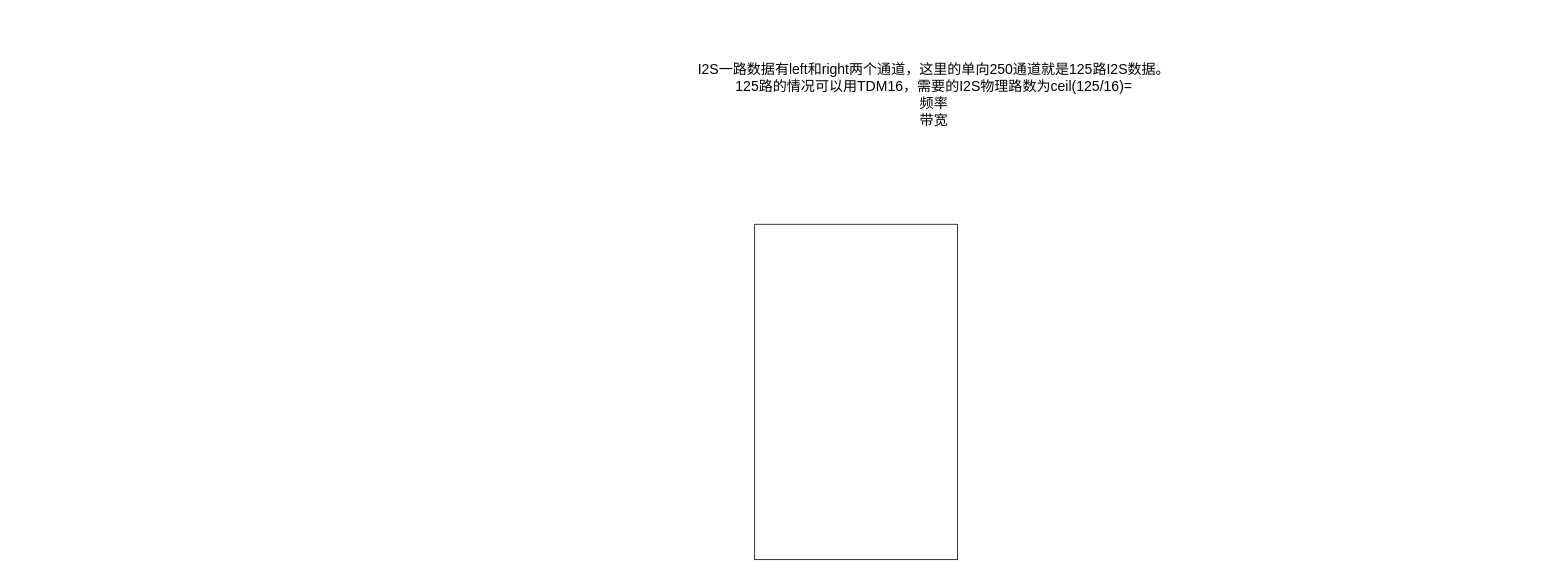
The draw.io diagram page "FPGA方案" (2 of 2) of Audio-Ethernet.drawio in gdhzyz/draws, before the edit. Source tidied: cells renumbered, new cells numbered last; positions are measured from the earlier drawing's top-left corner, leaving out a move shared by most shapes. Both pictures are drawn from the tidied source at 78%, with x=0, y=0 at pixel (684, 83).
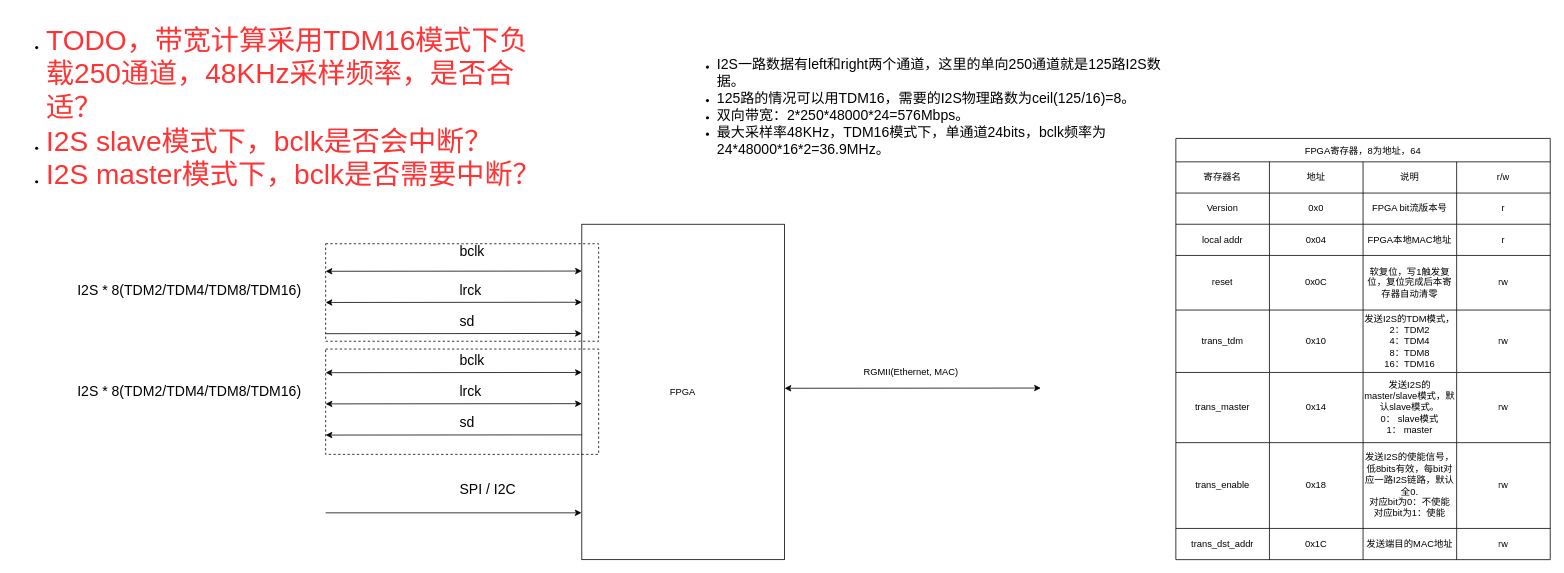
The same page after the edit.

Diff of the diagram source:
```diff
@@
-    <mxCell id="2" style="rounded=0;whiteSpace=wrap;html=1;" parent="1" vertex="1">
-      <mxGeometry x="90" y="180" width="260" height="430" as="geometry" />
+    <mxCell id="2" value="FPGA" style="rounded=0;whiteSpace=wrap;html=1;" parent="1" vertex="1">
+      <mxGeometry x="-131.6" y="180" width="260" height="430" as="geometry" />
     </mxCell>
-    <mxCell id="3" value="&lt;font style=&quot;font-size: 18px;&quot;&gt;I2S一路数据有left和right两个通道，这里的单向250通道就是125路I2S数据。&lt;/font&gt;&lt;div&gt;&lt;span style=&quot;font-size: 18px;&quot;&gt;125路的情况可以用TDM16，需要的I2S物理路数为ceil(125/16)=&lt;/span&gt;&lt;/div&gt;&lt;div&gt;&lt;span style=&quot;font-size: 18px;&quot;&gt;频率&lt;/span&gt;&lt;/div&gt;&lt;div&gt;&lt;span style=&quot;font-size: 18px;&quot;&gt;带宽&lt;/span&gt;&lt;/div&gt;" style="text;strokeColor=none;align=center;fillColor=none;html=1;verticalAlign=middle;whiteSpace=wrap;rounded=0;" parent="1" vertex="1">
-      <mxGeometry width="640" height="30" as="geometry" />
+    <mxCell id="3" value="&lt;ul&gt;&lt;li&gt;&lt;font style=&quot;font-size: 18px;&quot;&gt;I2S一路数据有left和right两个通道，这里的单向250通道就是125路I2S数据。&lt;/font&gt;&lt;/li&gt;&lt;li&gt;&lt;span style=&quot;font-size: 18px;&quot;&gt;125路的情况可以用TDM16，需要的I2S物理路数为ceil(125/16)=8。&lt;/span&gt;&lt;/li&gt;&lt;li&gt;&lt;span style=&quot;font-size: 18px;&quot;&gt;双向带宽：2*250*48000*24=576Mbps。&lt;/span&gt;&lt;/li&gt;&lt;li&gt;&lt;span style=&quot;font-size: 18px;&quot;&gt;最大采样率48KHz，TDM16模式下，单通道24bits，bclk频率为24*48000*16*2=36.9MHz。&lt;/span&gt;&lt;/li&gt;&lt;/ul&gt;" style="text;strokeColor=none;align=left;fillColor=none;html=1;verticalAlign=middle;whiteSpace=wrap;rounded=0;imageAspect=1;imageAlign=left;" parent="1" vertex="1">
+      <mxGeometry y="-50" width="640" height="160" as="geometry" />
     </mxCell>
+    <mxCell id="4" value="&lt;ul&gt;&lt;li&gt;&lt;font style=&quot;font-size: 36px;&quot; color=&quot;#ff3333&quot;&gt;TODO，带宽计算采用TDM16模式下负载250通道，48KHz采样频率，是否合适？&lt;/font&gt;&lt;/li&gt;&lt;li&gt;&lt;font style=&quot;font-size: 36px;&quot; color=&quot;#ff3333&quot;&gt;I2S slave模式下，bclk是否会中断？&lt;/font&gt;&lt;/li&gt;&lt;li&gt;&lt;font style=&quot;font-size: 36px;&quot; color=&quot;#ff3333&quot;&gt;I2S master模式下，bclk是否需要中断？&lt;/font&gt;&lt;/li&gt;&lt;/ul&gt;" style="text;strokeColor=none;align=left;fillColor=none;html=1;verticalAlign=middle;whiteSpace=wrap;rounded=0;" parent="1" vertex="1">
+      <mxGeometry x="-860" y="15" width="680" height="30" as="geometry" />
+    </mxCell>
+    <mxCell id="5" style="endArrow=classic;html=1;rounded=0;entryX=-0.006;entryY=0.511;entryDx=0;entryDy=0;entryPerimeter=0;startArrow=classic;startFill=1;" parent="1" edge="1">
+      <mxGeometry relative="1" as="geometry">
+        <mxPoint x="-460" y="240.3" as="sourcePoint" />
+        <mxPoint x="-131.6" y="240" as="targetPoint" />
+      </mxGeometry>
+    </mxCell>
+    <mxCell id="6" value="&lt;span style=&quot;font-size: 18px; background-color: initial;&quot;&gt;I2S * 8(TDM2/TDM4/TDM8/TDM16)&lt;/span&gt;" style="text;strokeColor=none;align=left;fillColor=none;html=1;verticalAlign=middle;whiteSpace=wrap;rounded=0;imageAspect=1;imageAlign=left;" parent="1" vertex="1">
+      <mxGeometry x="-780" y="215" width="340" height="100" as="geometry" />
+    </mxCell>
+    <mxCell id="7" style="endArrow=classic;html=1;rounded=0;entryX=-0.006;entryY=0.511;entryDx=0;entryDy=0;entryPerimeter=0;startArrow=classic;startFill=1;" parent="1" edge="1">
+      <mxGeometry relative="1" as="geometry">
+        <mxPoint x="128.4" y="390.3" as="sourcePoint" />
+        <mxPoint x="456.9" y="390" as="targetPoint" />
+      </mxGeometry>
+    </mxCell>
+    <mxCell id="8" value="RGMII(Ethernet, MAC)" style="text;strokeColor=none;align=left;fillColor=none;html=1;verticalAlign=middle;whiteSpace=wrap;rounded=0;imageAspect=1;imageAlign=left;" parent="1" vertex="1">
+      <mxGeometry x="228.4" y="350" width="140" height="40" as="geometry" />
+    </mxCell>
+    <mxCell id="9" style="endArrow=classic;html=1;rounded=0;entryX=-0.006;entryY=0.511;entryDx=0;entryDy=0;entryPerimeter=0;" parent="1" edge="1">
+      <mxGeometry relative="1" as="geometry">
+        <mxPoint x="-460" y="550" as="sourcePoint" />
+        <mxPoint x="-132" y="550" as="targetPoint" />
+      </mxGeometry>
+    </mxCell>
+    <mxCell id="10" value="&lt;span style=&quot;font-size: 18px; background-color: initial;&quot;&gt;SPI / I2C&lt;/span&gt;" style="text;strokeColor=none;align=left;fillColor=none;html=1;verticalAlign=middle;whiteSpace=wrap;rounded=0;imageAspect=1;imageAlign=left;" parent="1" vertex="1">
+      <mxGeometry x="-290" y="500" width="111.6" height="40" as="geometry" />
+    </mxCell>
+    <mxCell id="11" style="endArrow=classic;html=1;rounded=0;entryX=-0.006;entryY=0.511;entryDx=0;entryDy=0;entryPerimeter=0;startArrow=classic;startFill=1;" parent="1" edge="1">
+      <mxGeometry relative="1" as="geometry">
+        <mxPoint x="-460" y="280.3" as="sourcePoint" />
+        <mxPoint x="-131.6" y="280" as="targetPoint" />
+      </mxGeometry>
+    </mxCell>
+    <mxCell id="12" style="endArrow=classic;html=1;rounded=0;entryX=-0.006;entryY=0.511;entryDx=0;entryDy=0;entryPerimeter=0;" parent="1" edge="1">
+      <mxGeometry relative="1" as="geometry">
+        <mxPoint x="-460" y="320.3" as="sourcePoint" />
+        <mxPoint x="-131.6" y="320" as="targetPoint" />
+      </mxGeometry>
+    </mxCell>
+    <mxCell id="13" value="&lt;span style=&quot;background-color: initial; font-size: 18px;&quot;&gt;bclk&lt;/span&gt;" style="text;strokeColor=none;align=left;fillColor=none;html=1;verticalAlign=middle;whiteSpace=wrap;rounded=0;imageAspect=1;imageAlign=left;" parent="1" vertex="1">
+      <mxGeometry x="-290" y="190" width="110" height="50" as="geometry" />
+    </mxCell>
+    <mxCell id="14" value="&lt;span style=&quot;font-size: 18px; background-color: initial;&quot;&gt;lrck&lt;/span&gt;" style="text;strokeColor=none;align=left;fillColor=none;html=1;verticalAlign=middle;whiteSpace=wrap;rounded=0;imageAspect=1;imageAlign=left;" parent="1" vertex="1">
+      <mxGeometry x="-290" y="240" width="110" height="50" as="geometry" />
+    </mxCell>
+    <mxCell id="15" value="&lt;span style=&quot;font-size: 18px; background-color: initial;&quot;&gt;sd&lt;/span&gt;" style="text;strokeColor=none;align=left;fillColor=none;html=1;verticalAlign=middle;whiteSpace=wrap;rounded=0;imageAspect=1;imageAlign=left;" parent="1" vertex="1">
+      <mxGeometry x="-290" y="280" width="110" height="50" as="geometry" />
+    </mxCell>
+    <mxCell id="16" style="endArrow=classic;html=1;rounded=0;entryX=-0.006;entryY=0.511;entryDx=0;entryDy=0;entryPerimeter=0;startArrow=classic;startFill=1;" parent="1" edge="1">
+      <mxGeometry relative="1" as="geometry">
+        <mxPoint x="-460" y="370.3" as="sourcePoint" />
+        <mxPoint x="-131.6" y="370" as="targetPoint" />
+      </mxGeometry>
+    </mxCell>
+    <mxCell id="17" value="&lt;span style=&quot;font-size: 18px; background-color: initial;&quot;&gt;I2S * 8(TDM2/TDM4/TDM8/TDM16)&lt;/span&gt;" style="text;strokeColor=none;align=left;fillColor=none;html=1;verticalAlign=middle;whiteSpace=wrap;rounded=0;imageAspect=1;imageAlign=left;" parent="1" vertex="1">
+      <mxGeometry x="-780" y="345" width="340" height="100" as="geometry" />
+    </mxCell>
+    <mxCell id="18" style="endArrow=classic;html=1;rounded=0;entryX=-0.006;entryY=0.511;entryDx=0;entryDy=0;entryPerimeter=0;startArrow=classic;startFill=1;" parent="1" edge="1">
+      <mxGeometry relative="1" as="geometry">
+        <mxPoint x="-460" y="410.3" as="sourcePoint" />
+        <mxPoint x="-131.6" y="410" as="targetPoint" />
+      </mxGeometry>
+    </mxCell>
+    <mxCell id="19" style="endArrow=classic;html=1;rounded=0;entryX=-0.006;entryY=0.511;entryDx=0;entryDy=0;entryPerimeter=0;" parent="1" edge="1">
+      <mxGeometry relative="1" as="geometry">
+        <mxPoint x="-131.6" y="450" as="sourcePoint" />
+        <mxPoint x="-460" y="450.3" as="targetPoint" />
+      </mxGeometry>
+    </mxCell>
+    <mxCell id="20" value="&lt;span style=&quot;background-color: initial; font-size: 18px;&quot;&gt;bclk&lt;/span&gt;" style="text;strokeColor=none;align=left;fillColor=none;html=1;verticalAlign=middle;whiteSpace=wrap;rounded=0;imageAspect=1;imageAlign=left;" parent="1" vertex="1">
+      <mxGeometry x="-290" y="330" width="110" height="50" as="geometry" />
+    </mxCell>
+    <mxCell id="21" value="&lt;span style=&quot;font-size: 18px; background-color: initial;&quot;&gt;lrck&lt;/span&gt;" style="text;strokeColor=none;align=left;fillColor=none;html=1;verticalAlign=middle;whiteSpace=wrap;rounded=0;imageAspect=1;imageAlign=left;" parent="1" vertex="1">
+      <mxGeometry x="-290" y="370" width="110" height="50" as="geometry" />
+    </mxCell>
+    <mxCell id="22" value="&lt;span style=&quot;font-size: 18px; background-color: initial;&quot;&gt;sd&lt;/span&gt;" style="text;strokeColor=none;align=left;fillColor=none;html=1;verticalAlign=middle;whiteSpace=wrap;rounded=0;imageAspect=1;imageAlign=left;" parent="1" vertex="1">
+      <mxGeometry x="-290" y="410" width="110" height="50" as="geometry" />
+    </mxCell>
+    <mxCell id="23" style="rounded=0;whiteSpace=wrap;html=1;fillStyle=auto;dashed=1;fillColor=none;" parent="1" vertex="1">
+      <mxGeometry x="-460" y="205" width="350" height="125" as="geometry" />
+    </mxCell>
+    <mxCell id="24" style="rounded=0;whiteSpace=wrap;html=1;fillStyle=auto;dashed=1;fillColor=none;" parent="1" vertex="1">
+      <mxGeometry x="-460" y="340" width="350" height="135" as="geometry" />
+    </mxCell>
+    <mxCell id="25" value="FPGA寄存器，8为地址，64" style="shape=table;startSize=30;childLayout=tableLayout;" parent="1" vertex="1">
+      <mxGeometry x="630" y="70" width="480" height="540" as="geometry" />
+    </mxCell>
+    <mxCell id="26" style="shape=tableRow;horizontal=0;startSize=0;swimlaneHead=0;swimlaneBody=0;strokeColor=inherit;top=0;left=0;bottom=0;right=0;fillColor=none;" parent="25" vertex="1">
+      <mxGeometry y="30" width="480" height="40" as="geometry" />
+    </mxCell>
+    <mxCell id="27" value="寄存器名" style="shape=partialRectangle;html=1;whiteSpace=wrap;strokeColor=inherit;overflow=hidden;fillColor=none;top=0;left=0;bottom=0;right=0;" parent="26" vertex="1">
+      <mxGeometry width="120" height="40" as="geometry" />
+    </mxCell>
+    <mxCell id="28" value="地址" style="shape=partialRectangle;html=1;whiteSpace=wrap;strokeColor=inherit;overflow=hidden;fillColor=none;top=0;left=0;bottom=0;right=0;" parent="26" vertex="1">
+      <mxGeometry x="120" width="120" height="40" as="geometry" />
+    </mxCell>
+    <mxCell id="29" value="说明" style="shape=partialRectangle;html=1;whiteSpace=wrap;strokeColor=inherit;overflow=hidden;fillColor=none;top=0;left=0;bottom=0;right=0;" parent="26" vertex="1">
+      <mxGeometry x="240" width="120" height="40" as="geometry" />
+    </mxCell>
+    <mxCell id="30" value="r/w" style="shape=partialRectangle;html=1;whiteSpace=wrap;strokeColor=inherit;overflow=hidden;fillColor=none;top=0;left=0;bottom=0;right=0;" parent="26" vertex="1">
+      <mxGeometry x="360" width="120" height="40" as="geometry" />
+    </mxCell>
+    <mxCell id="31" style="shape=tableRow;horizontal=0;startSize=0;swimlaneHead=0;swimlaneBody=0;strokeColor=inherit;top=0;left=0;bottom=0;right=0;fillColor=none;" parent="25" vertex="1">
+      <mxGeometry y="70" width="480" height="40" as="geometry" />
+    </mxCell>
+    <mxCell id="32" value="Version" style="shape=partialRectangle;html=1;whiteSpace=wrap;strokeColor=inherit;overflow=hidden;fillColor=none;top=0;left=0;bottom=0;right=0;" parent="31" vertex="1">
+      <mxGeometry width="120" height="40" as="geometry" />
+    </mxCell>
+    <mxCell id="33" value="0x0" style="shape=partialRectangle;html=1;whiteSpace=wrap;strokeColor=inherit;overflow=hidden;fillColor=none;top=0;left=0;bottom=0;right=0;" parent="31" vertex="1">
+      <mxGeometry x="120" width="120" height="40" as="geometry" />
+    </mxCell>
+    <mxCell id="34" value="FPGA bit流版本号" style="shape=partialRectangle;html=1;whiteSpace=wrap;strokeColor=inherit;overflow=hidden;fillColor=none;top=0;left=0;bottom=0;right=0;" parent="31" vertex="1">
+      <mxGeometry x="240" width="120" height="40" as="geometry" />
+    </mxCell>
+    <mxCell id="35" value="r" style="shape=partialRectangle;html=1;whiteSpace=wrap;strokeColor=inherit;overflow=hidden;fillColor=none;top=0;left=0;bottom=0;right=0;" parent="31" vertex="1">
+      <mxGeometry x="360" width="120" height="40" as="geometry" />
+    </mxCell>
+    <mxCell id="36" style="shape=tableRow;horizontal=0;startSize=0;swimlaneHead=0;swimlaneBody=0;strokeColor=inherit;top=0;left=0;bottom=0;right=0;fillColor=none;" parent="25" vertex="1">
+      <mxGeometry y="110" width="480" height="40" as="geometry" />
+    </mxCell>
+    <mxCell id="37" value="local addr" style="shape=partialRectangle;html=1;whiteSpace=wrap;strokeColor=inherit;overflow=hidden;fillColor=none;top=0;left=0;bottom=0;right=0;" parent="36" vertex="1">
+      <mxGeometry width="120" height="40" as="geometry" />
+    </mxCell>
+    <mxCell id="38" value="0x04" style="shape=partialRectangle;html=1;whiteSpace=wrap;strokeColor=inherit;overflow=hidden;fillColor=none;top=0;left=0;bottom=0;right=0;" parent="36" vertex="1">
+      <mxGeometry x="120" width="120" height="40" as="geometry" />
+    </mxCell>
+    <mxCell id="39" value="FPGA本地MAC地址" style="shape=partialRectangle;html=1;whiteSpace=wrap;strokeColor=inherit;overflow=hidden;fillColor=none;top=0;left=0;bottom=0;right=0;" parent="36" vertex="1">
+      <mxGeometry x="240" width="120" height="40" as="geometry" />
+    </mxCell>
+    <mxCell id="40" value="r" style="shape=partialRectangle;html=1;whiteSpace=wrap;strokeColor=inherit;overflow=hidden;fillColor=none;top=0;left=0;bottom=0;right=0;" parent="36" vertex="1">
+      <mxGeometry x="360" width="120" height="40" as="geometry" />
+    </mxCell>
+    <mxCell id="41" style="shape=tableRow;horizontal=0;startSize=0;swimlaneHead=0;swimlaneBody=0;strokeColor=inherit;top=0;left=0;bottom=0;right=0;fillColor=none;" parent="25" vertex="1">
+      <mxGeometry y="150" width="480" height="70" as="geometry" />
+    </mxCell>
+    <mxCell id="42" value="reset" style="shape=partialRectangle;html=1;whiteSpace=wrap;strokeColor=inherit;overflow=hidden;fillColor=none;top=0;left=0;bottom=0;right=0;" parent="41" vertex="1">
+      <mxGeometry width="120" height="70" as="geometry" />
+    </mxCell>
+    <mxCell id="43" value="0x0C" style="shape=partialRectangle;html=1;whiteSpace=wrap;strokeColor=inherit;overflow=hidden;fillColor=none;top=0;left=0;bottom=0;right=0;" parent="41" vertex="1">
+      <mxGeometry x="120" width="120" height="70" as="geometry" />
+    </mxCell>
+    <mxCell id="44" value="软复位，写1触发复位，复位完成后本寄存器自动清零" style="shape=partialRectangle;html=1;whiteSpace=wrap;strokeColor=inherit;overflow=hidden;fillColor=none;top=0;left=0;bottom=0;right=0;" parent="41" vertex="1">
+      <mxGeometry x="240" width="120" height="70" as="geometry" />
+    </mxCell>
+    <mxCell id="45" value="rw" style="shape=partialRectangle;html=1;whiteSpace=wrap;strokeColor=inherit;overflow=hidden;fillColor=none;top=0;left=0;bottom=0;right=0;" parent="41" vertex="1">
+      <mxGeometry x="360" width="120" height="70" as="geometry" />
+    </mxCell>
+    <mxCell id="46" style="shape=tableRow;horizontal=0;startSize=0;swimlaneHead=0;swimlaneBody=0;strokeColor=inherit;top=0;left=0;bottom=0;right=0;fillColor=none;" parent="25" vertex="1">
+      <mxGeometry y="220" width="480" height="80" as="geometry" />
+    </mxCell>
+    <mxCell id="47" value="trans_tdm" style="shape=partialRectangle;html=1;whiteSpace=wrap;strokeColor=inherit;overflow=hidden;fillColor=none;top=0;left=0;bottom=0;right=0;" parent="46" vertex="1">
+      <mxGeometry width="120" height="80" as="geometry" />
+    </mxCell>
+    <mxCell id="48" value="0x10" style="shape=partialRectangle;html=1;whiteSpace=wrap;strokeColor=inherit;overflow=hidden;fillColor=none;top=0;left=0;bottom=0;right=0;" parent="46" vertex="1">
+      <mxGeometry x="120" width="120" height="80" as="geometry" />
+    </mxCell>
+    <mxCell id="49" value="发送I2S的TDM模式，2：TDM2&lt;div&gt;4：TDM4&lt;/div&gt;&lt;div&gt;8：TDM8&lt;/div&gt;&lt;div&gt;16：TDM16&lt;/div&gt;" style="shape=partialRectangle;html=1;whiteSpace=wrap;strokeColor=inherit;overflow=hidden;fillColor=none;top=0;left=0;bottom=0;right=0;" parent="46" vertex="1">
+      <mxGeometry x="240" width="120" height="80" as="geometry" />
+    </mxCell>
+    <mxCell id="50" value="rw" style="shape=partialRectangle;html=1;whiteSpace=wrap;strokeColor=inherit;overflow=hidden;fillColor=none;top=0;left=0;bottom=0;right=0;" parent="46" vertex="1">
+      <mxGeometry x="360" width="120" height="80" as="geometry" />
+    </mxCell>
+    <mxCell id="51" style="shape=tableRow;horizontal=0;startSize=0;swimlaneHead=0;swimlaneBody=0;strokeColor=inherit;top=0;left=0;bottom=0;right=0;fillColor=none;" parent="25" vertex="1">
+      <mxGeometry y="300" width="480" height="90" as="geometry" />
+    </mxCell>
+    <mxCell id="52" value="trans_master" style="shape=partialRectangle;html=1;whiteSpace=wrap;strokeColor=inherit;overflow=hidden;fillColor=none;top=0;left=0;bottom=0;right=0;" parent="51" vertex="1">
+      <mxGeometry width="120" height="90" as="geometry" />
+    </mxCell>
+    <mxCell id="53" value="0x14" style="shape=partialRectangle;html=1;whiteSpace=wrap;strokeColor=inherit;overflow=hidden;fillColor=none;top=0;left=0;bottom=0;right=0;" parent="51" vertex="1">
+      <mxGeometry x="120" width="120" height="90" as="geometry" />
+    </mxCell>
+    <mxCell id="54" value="发送I2S的master/slave模式，默认slave模式。&lt;div&gt;0： slave模式&lt;/div&gt;&lt;div&gt;1： master&lt;/div&gt;" style="shape=partialRectangle;html=1;whiteSpace=wrap;strokeColor=inherit;overflow=hidden;fillColor=none;top=0;left=0;bottom=0;right=0;" parent="51" vertex="1">
+      <mxGeometry x="240" width="120" height="90" as="geometry" />
+    </mxCell>
+    <mxCell id="55" value="rw" style="shape=partialRectangle;html=1;whiteSpace=wrap;strokeColor=inherit;overflow=hidden;fillColor=none;top=0;left=0;bottom=0;right=0;" parent="51" vertex="1">
+      <mxGeometry x="360" width="120" height="90" as="geometry" />
+    </mxCell>
+    <mxCell id="56" style="shape=tableRow;horizontal=0;startSize=0;swimlaneHead=0;swimlaneBody=0;strokeColor=inherit;top=0;left=0;bottom=0;right=0;fillColor=none;" parent="25" vertex="1">
+      <mxGeometry y="390" width="480" height="110" as="geometry" />
+    </mxCell>
+    <mxCell id="57" value="trans_enable" style="shape=partialRectangle;html=1;whiteSpace=wrap;strokeColor=inherit;overflow=hidden;fillColor=none;top=0;left=0;bottom=0;right=0;" parent="56" vertex="1">
+      <mxGeometry width="120" height="110" as="geometry" />
+    </mxCell>
+    <mxCell id="58" value="0x18" style="shape=partialRectangle;html=1;whiteSpace=wrap;strokeColor=inherit;overflow=hidden;fillColor=none;top=0;left=0;bottom=0;right=0;" parent="56" vertex="1">
+      <mxGeometry x="120" width="120" height="110" as="geometry" />
+    </mxCell>
+    <mxCell id="59" value="发送I2S的使能信号，低8bits有效，每bit对应一路I2S链路，默认全0.&lt;div&gt;对应bit为0：不使能&lt;/div&gt;&lt;div&gt;对应bit为1：使能&lt;/div&gt;" style="shape=partialRectangle;html=1;whiteSpace=wrap;strokeColor=inherit;overflow=hidden;fillColor=none;top=0;left=0;bottom=0;right=0;" parent="56" vertex="1">
+      <mxGeometry x="240" width="120" height="110" as="geometry" />
+    </mxCell>
+    <mxCell id="60" value="rw" style="shape=partialRectangle;html=1;whiteSpace=wrap;strokeColor=inherit;overflow=hidden;fillColor=none;top=0;left=0;bottom=0;right=0;" parent="56" vertex="1">
+      <mxGeometry x="360" width="120" height="110" as="geometry" />
+    </mxCell>
+    <mxCell id="61" style="shape=tableRow;horizontal=0;startSize=0;swimlaneHead=0;swimlaneBody=0;strokeColor=inherit;top=0;left=0;bottom=0;right=0;fillColor=none;" parent="25" vertex="1">
+      <mxGeometry y="500" width="480" height="40" as="geometry" />
+    </mxCell>
+    <mxCell id="62" value="trans_dst_addr" style="shape=partialRectangle;html=1;whiteSpace=wrap;strokeColor=inherit;overflow=hidden;fillColor=none;top=0;left=0;bottom=0;right=0;" parent="61" vertex="1">
+      <mxGeometry width="120" height="40" as="geometry" />
+    </mxCell>
+    <mxCell id="63" value="0x1C" style="shape=partialRectangle;html=1;whiteSpace=wrap;strokeColor=inherit;overflow=hidden;fillColor=none;top=0;left=0;bottom=0;right=0;" parent="61" vertex="1">
+      <mxGeometry x="120" width="120" height="40" as="geometry" />
+    </mxCell>
+    <mxCell id="64" value="发送端目的MAC地址" style="shape=partialRectangle;html=1;whiteSpace=wrap;strokeColor=inherit;overflow=hidden;fillColor=none;top=0;left=0;bottom=0;right=0;" parent="61" vertex="1">
+      <mxGeometry x="240" width="120" height="40" as="geometry" />
+    </mxCell>
+    <mxCell id="65" value="rw" style="shape=partialRectangle;html=1;whiteSpace=wrap;strokeColor=inherit;overflow=hidden;fillColor=none;top=0;left=0;bottom=0;right=0;" parent="61" vertex="1">
+      <mxGeometry x="360" width="120" height="40" as="geometry" />
+    </mxCell>
```
